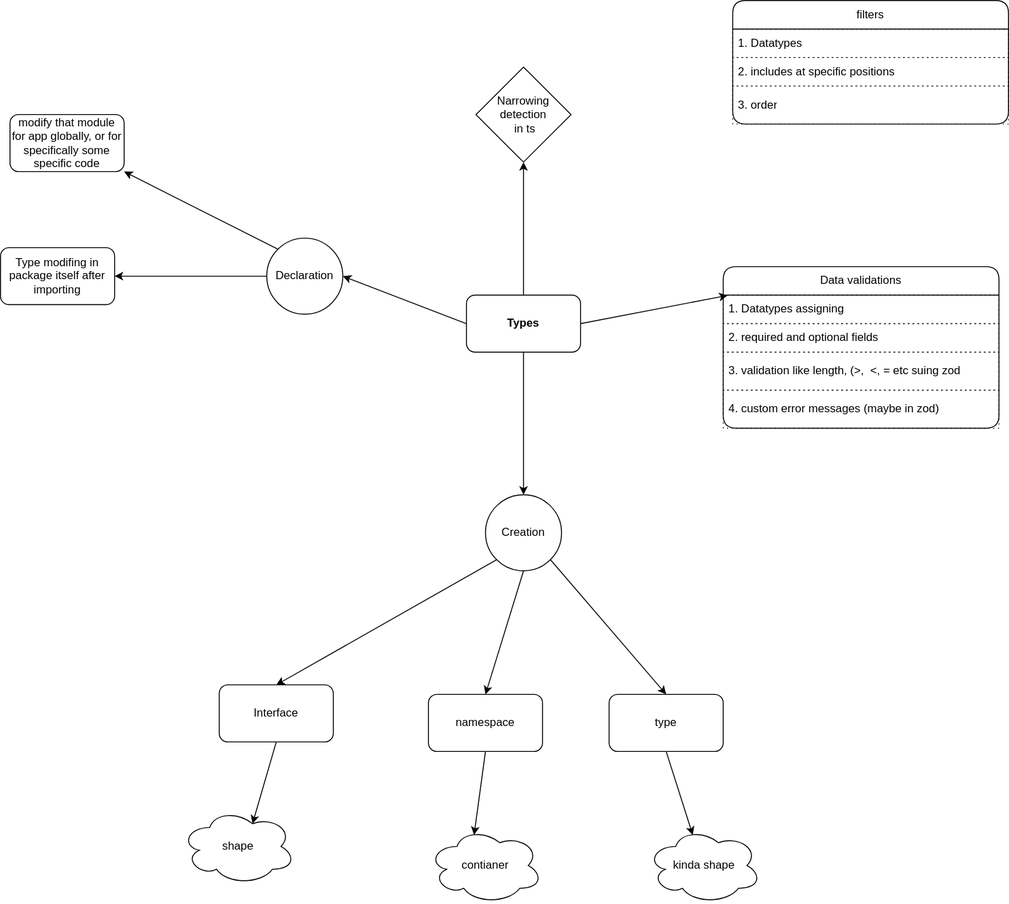
Before: programming-langs/types.svg, a diagram exported from draw.io (knpvt5/Programming-Concepts). Source tidied: cells renumbered, new cells last; positions are measured from the earlier drawing's top-left corner, leaving out a move shared by most shapes.
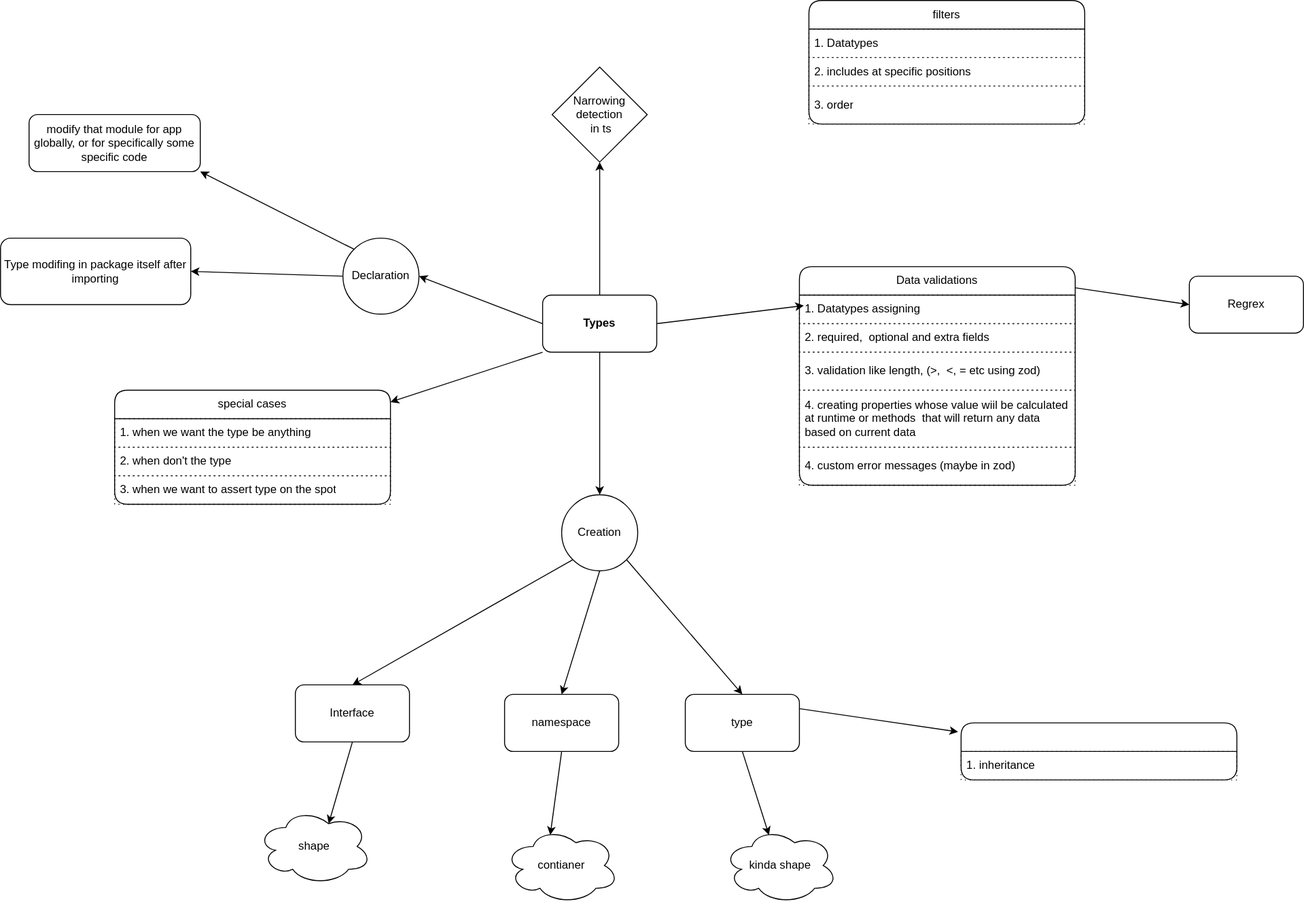
Later version of the same file.

Diff of the diagram source:
```diff
@@ -8,6 +8,9 @@
     <mxCell id="3" style="edgeStyle=none;html=1;exitX=1;exitY=0.5;exitDx=0;exitDy=0;entryX=0.016;entryY=0.178;entryDx=0;entryDy=0;entryPerimeter=0;" parent="1" edge="1" source="4" target="26">
       <mxGeometry relative="1" as="geometry" />
     </mxCell>
+    <mxCell id="35" style="edgeStyle=none;html=1;exitX=0;exitY=1;exitDx=0;exitDy=0;" parent="1" edge="1" source="4" target="38">
+      <mxGeometry relative="1" as="geometry" />
+    </mxCell>
     <mxCell id="4" value="&lt;b&gt;Types&lt;/b&gt;" style="rounded=1;whiteSpace=wrap;html=1;" parent="1" vertex="1">
       <mxGeometry x="490" y="310" width="120" height="60" as="geometry" />
     </mxCell>
@@ -66,29 +69,53 @@
       <mxGeometry relative="1" as="geometry" />
     </mxCell>
     <mxCell id="23" value="Type modifing in package itself after importing" style="rounded=1;whiteSpace=wrap;html=1;" parent="1" vertex="1">
-      <mxGeometry y="260" width="120" height="60" as="geometry" />
+      <mxGeometry x="-80" y="250" width="200" height="70" as="geometry" />
     </mxCell>
     <mxCell id="24" value="modify that module for app globally, or for specifically some specific code" style="rounded=1;whiteSpace=wrap;html=1;" parent="1" vertex="1">
-      <mxGeometry x="10" y="120" width="120" height="60" as="geometry" />
+      <mxGeometry x="-50" y="120" width="180" height="60" as="geometry" />
     </mxCell>
     <mxCell id="25" value="Narrowing detection&lt;div&gt;&amp;nbsp;in ts&lt;/div&gt;" style="rhombus;whiteSpace=wrap;html=1;" parent="1" vertex="1">
       <mxGeometry x="500" y="70" width="100" height="100" as="geometry" />
     </mxCell>
+    <mxCell id="36" style="edgeStyle=none;html=1;exitX=0.986;exitY=0.094;exitDx=0;exitDy=0;entryX=0;entryY=0.5;entryDx=0;entryDy=0;exitPerimeter=0;" parent="1" edge="1" source="26" target="44">
+      <mxGeometry relative="1" as="geometry" />
+    </mxCell>
     <mxCell id="26" value="Data validations" style="swimlane;fontStyle=0;horizontal=1;startSize=30;whiteSpace=wrap;html=1;rounded=1;" parent="1" vertex="1">
-      <mxGeometry x="760" y="280" width="290" height="170" as="geometry" />
+      <mxGeometry x="760" y="280" width="290" height="230" as="geometry" />
     </mxCell>
     <mxCell id="27" value="1. Datatypes assigning" style="text;strokeColor=default;fillColor=none;align=left;verticalAlign=middle;spacingLeft=4;spacingRight=4;overflow=hidden;whiteSpace=wrap;html=1;dashed=1;dashPattern=1 4;" parent="26" vertex="1">
       <mxGeometry y="30" width="290" height="30" as="geometry" />
     </mxCell>
-    <mxCell id="28" value="2. required and optional fields" style="text;strokeColor=default;fillColor=none;align=left;verticalAlign=middle;spacingLeft=4;spacingRight=4;overflow=hidden;whiteSpace=wrap;html=1;dashed=1;dashPattern=1 4;" parent="26" vertex="1">
+    <mxCell id="28" value="2. required,&amp;nbsp; optional and extra fields" style="text;strokeColor=default;fillColor=none;align=left;verticalAlign=middle;spacingLeft=4;spacingRight=4;overflow=hidden;whiteSpace=wrap;html=1;dashed=1;dashPattern=1 4;" parent="26" vertex="1">
       <mxGeometry y="60" width="290" height="30" as="geometry" />
     </mxCell>
-    <mxCell id="29" value="3. validation like length, (&amp;gt;,&amp;nbsp; &amp;lt;, = etc suing zod" style="text;strokeColor=default;fillColor=none;align=left;verticalAlign=middle;spacingLeft=4;spacingRight=4;overflow=hidden;whiteSpace=wrap;html=1;dashed=1;dashPattern=1 4;" parent="26" vertex="1">
+    <mxCell id="29" value="3. validation like length, (&amp;gt;,&amp;nbsp; &amp;lt;, = etc using zod)" style="text;strokeColor=default;fillColor=none;align=left;verticalAlign=middle;spacingLeft=4;spacingRight=4;overflow=hidden;whiteSpace=wrap;html=1;dashed=1;dashPattern=1 4;" parent="26" vertex="1">
       <mxGeometry y="90" width="290" height="40" as="geometry" />
     </mxCell>
+    <mxCell id="37" value="4. creating properties whose value wiil be calculated at runtime or methods&amp;nbsp; that will return any data based on current data" style="text;strokeColor=default;fillColor=none;align=left;verticalAlign=middle;spacingLeft=4;spacingRight=4;overflow=hidden;whiteSpace=wrap;html=1;dashed=1;dashPattern=1 4;" parent="26" vertex="1">
+      <mxGeometry y="130" width="290" height="60" as="geometry" />
+    </mxCell>
     <mxCell id="30" value="4. custom error messages (maybe in zod)" style="text;strokeColor=default;fillColor=none;align=left;verticalAlign=middle;spacingLeft=4;spacingRight=4;overflow=hidden;whiteSpace=wrap;html=1;dashed=1;dashPattern=1 4;" parent="26" vertex="1">
-      <mxGeometry y="130" width="290" height="40" as="geometry" />
+      <mxGeometry y="190" width="290" height="40" as="geometry" />
     </mxCell>
+    <mxCell id="38" value="special cases" style="swimlane;fontStyle=0;horizontal=1;startSize=30;whiteSpace=wrap;html=1;rounded=1;" parent="1" vertex="1">
+      <mxGeometry x="40" y="410" width="290" height="120" as="geometry" />
+    </mxCell>
+    <mxCell id="39" value="1. when we want the type be anything" style="text;strokeColor=default;fillColor=none;align=left;verticalAlign=middle;spacingLeft=4;spacingRight=4;overflow=hidden;whiteSpace=wrap;html=1;dashed=1;dashPattern=1 4;" parent="38" vertex="1">
+      <mxGeometry y="30" width="290" height="30" as="geometry" />
+    </mxCell>
+    <mxCell id="40" value="2. when don't the type" style="text;strokeColor=default;fillColor=none;align=left;verticalAlign=middle;spacingLeft=4;spacingRight=4;overflow=hidden;whiteSpace=wrap;html=1;dashed=1;dashPattern=1 4;" parent="38" vertex="1">
+      <mxGeometry y="60" width="290" height="30" as="geometry" />
+    </mxCell>
+    <mxCell id="41" value="3. when we want to assert type on the spot" style="text;strokeColor=default;fillColor=none;align=left;verticalAlign=middle;spacingLeft=4;spacingRight=4;overflow=hidden;whiteSpace=wrap;html=1;dashed=1;dashPattern=1 4;" parent="38" vertex="1">
+      <mxGeometry y="90" width="290" height="30" as="geometry" />
+    </mxCell>
+    <mxCell id="42" style="swimlane;fontStyle=0;horizontal=1;startSize=30;whiteSpace=wrap;html=1;rounded=1;" parent="1" vertex="1">
+      <mxGeometry x="930" y="760" width="290" height="60" as="geometry" />
+    </mxCell>
+    <mxCell id="43" value="1. inheritance" style="text;strokeColor=default;fillColor=none;align=left;verticalAlign=middle;spacingLeft=4;spacingRight=4;overflow=hidden;whiteSpace=wrap;html=1;dashed=1;dashPattern=1 4;" parent="42" vertex="1">
+      <mxGeometry y="30" width="290" height="30" as="geometry" />
+    </mxCell>
     <mxCell id="31" value="filters" style="swimlane;fontStyle=0;horizontal=1;startSize=30;whiteSpace=wrap;html=1;rounded=1;" parent="1" vertex="1">
       <mxGeometry x="770" width="290" height="130" as="geometry" />
     </mxCell>
@@ -101,5 +128,11 @@
     <mxCell id="34" value="3. order" style="text;strokeColor=default;fillColor=none;align=left;verticalAlign=middle;spacingLeft=4;spacingRight=4;overflow=hidden;whiteSpace=wrap;html=1;dashed=1;dashPattern=1 4;" parent="31" vertex="1">
       <mxGeometry y="90" width="290" height="40" as="geometry" />
     </mxCell>
+    <mxCell id="44" value="Regrex" style="rounded=1;whiteSpace=wrap;html=1;" parent="1" vertex="1">
+      <mxGeometry x="1170" y="290" width="120" height="60" as="geometry" />
+    </mxCell>
+    <mxCell id="45" style="edgeStyle=none;html=1;exitX=1;exitY=0.25;exitDx=0;exitDy=0;entryX=-0.011;entryY=0.157;entryDx=0;entryDy=0;entryPerimeter=0;" parent="1" edge="1" source="12" target="42">
+      <mxGeometry relative="1" as="geometry" />
+    </mxCell>
   </root>
 </mxGraphModel>
```
